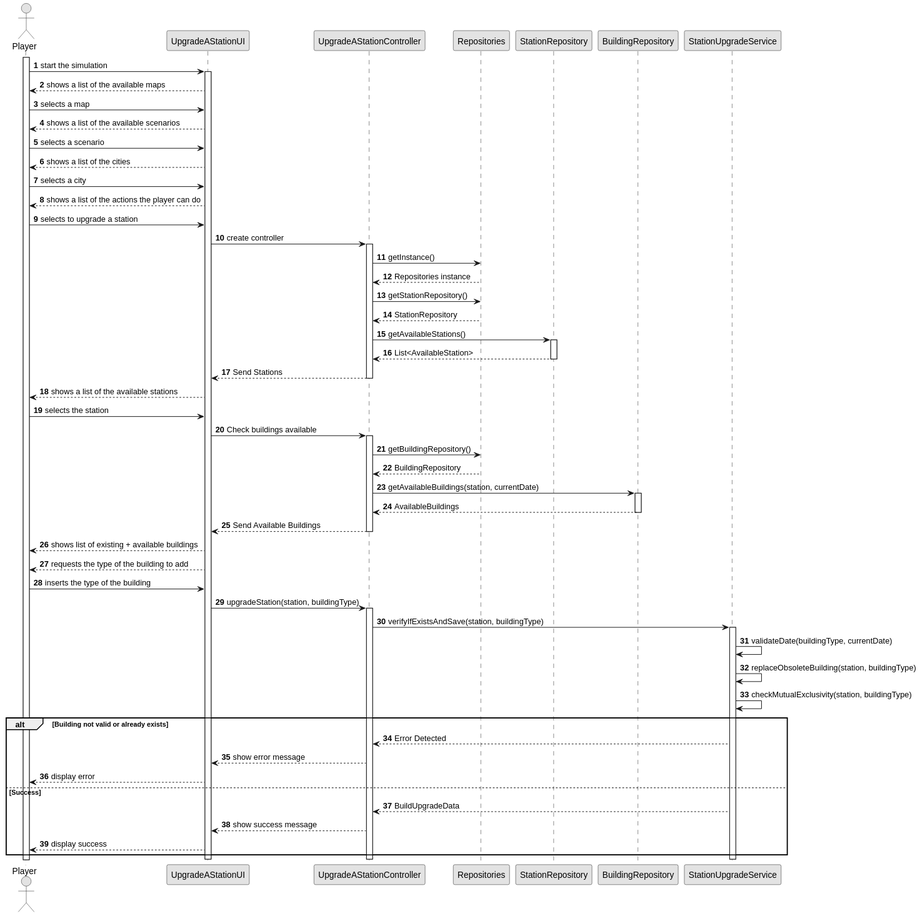
The PlantUML diagram docs/sprint3/us006/03.design/svg/us006-sequence-diagram-full.svg in ivasduarte/all-aboard, before a commit. Its diagram source:
```plantuml
@startuml
skinparam monochrome true
skinparam packageStyle rectangle
skinparam shadowing false

autonumber

actor "Player" as Player
participant "UpgradeAStationUI" as UI
participant "UpgradeAStationController" as CTRL
participant "Repositories" as Repos
participant "StationRepository" as Station_REPO
participant "BuildingRepository" as Building_REPO
participant "StationUpgradeService" as UpgradeService

activate Player

Player -> UI : start the simulation
activate UI

UI --> Player : shows a list of the available maps
Player -> UI : selects a map
UI --> Player : shows a list of the available scenarios
Player -> UI : selects a scenario
UI --> Player : shows a list of the cities
Player -> UI : selects a city
UI --> Player : shows a list of the actions the player can do
Player -> UI : selects to upgrade a station

UI -> CTRL : create controller
activate CTRL

CTRL -> Repos : getInstance()
Repos --> CTRL : Repositories instance

CTRL -> Repos : getStationRepository()
Repos --> CTRL : StationRepository

CTRL -> Station_REPO : getAvailableStations()
activate Station_REPO
Station_REPO --> CTRL : List<AvailableStation>
deactivate Station_REPO

CTRL --> UI : Send Stations
deactivate CTRL

UI --> Player : shows a list of the available stations
Player -> UI : selects the station
UI -> CTRL : Check buildings available
activate CTRL

CTRL -> Repos : getBuildingRepository()
Repos --> CTRL : BuildingRepository

CTRL -> Building_REPO : getAvailableBuildings(station, currentDate)
activate Building_REPO
Building_REPO --> CTRL : AvailableBuildings
deactivate Building_REPO

CTRL --> UI : Send Available Buildings
deactivate CTRL

UI --> Player : shows list of existing + available buildings
UI --> Player : requests the type of the building to add
Player -> UI : inserts the type of the building
UI -> CTRL : upgradeStation(station, buildingType)
activate CTRL

CTRL -> UpgradeService : verifyIfExistsAndSave(station, buildingType)
activate UpgradeService
UpgradeService -> UpgradeService : validateDate(buildingType, currentDate)
UpgradeService -> UpgradeService : replaceObsoleteBuilding(station, buildingType)
UpgradeService -> UpgradeService : checkMutualExclusivity(station, buildingType)

alt Building not valid or already exists
    UpgradeService --> CTRL : Error Detected
    CTRL --> UI : show error message
    UI --> Player : display error
else Success
    UpgradeService --> CTRL : BuildUpgradeData
    CTRL --> UI : show success message
    UI --> Player : display success
end

deactivate UpgradeService
deactivate CTRL
deactivate UI
@enduml
```
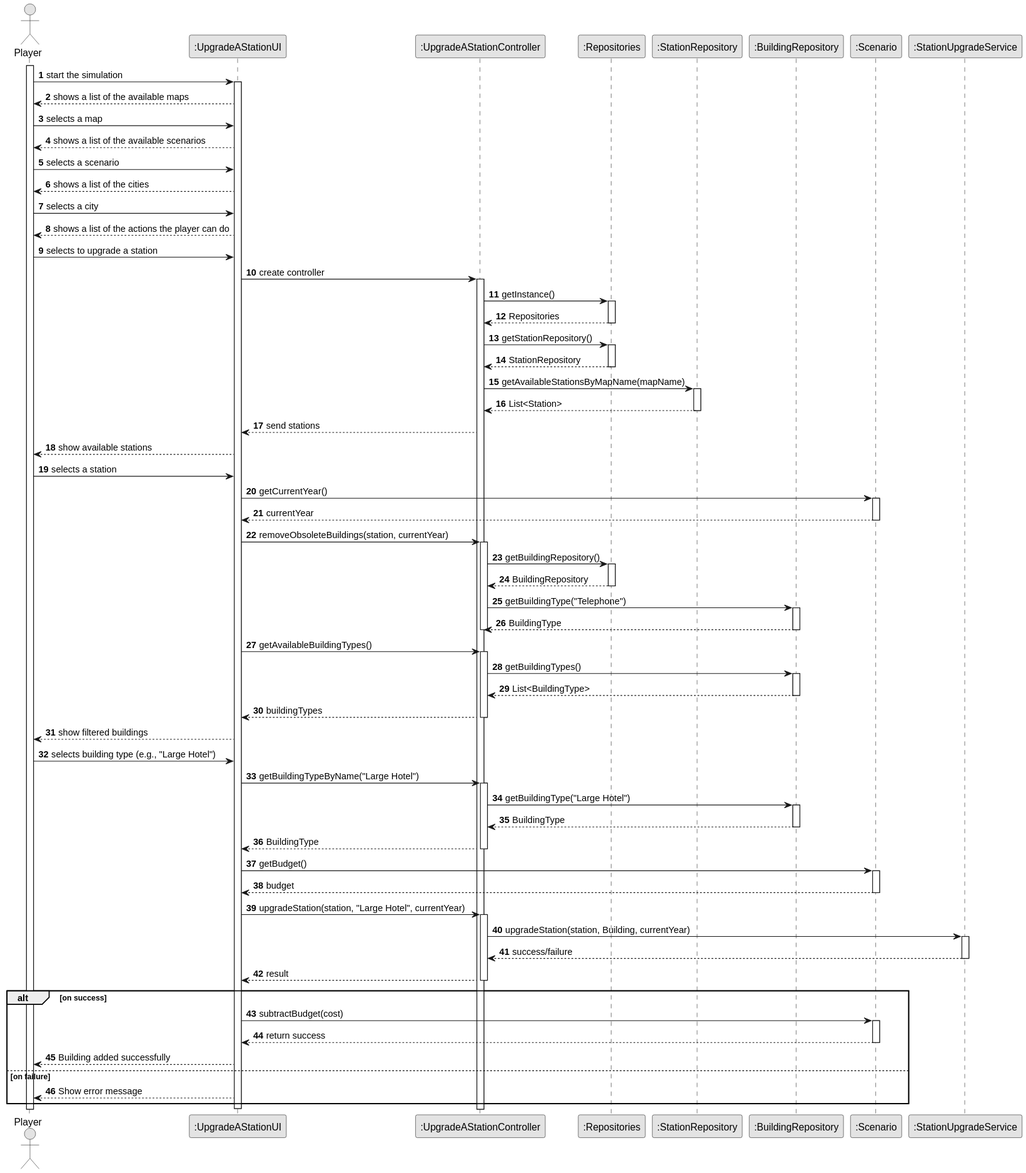
The same diagram one commit later.

What changed in the source:
```diff
@@ -6,12 +6,13 @@
 autonumber
 
 actor "Player" as Player
-participant "UpgradeAStationUI" as UI
-participant "UpgradeAStationController" as CTRL
-participant "Repositories" as Repos
-participant "StationRepository" as Station_REPO
-participant "BuildingRepository" as Building_REPO
-participant "StationUpgradeService" as UpgradeService
+participant ":UpgradeAStationUI" as UI
+participant ":UpgradeAStationController" as CTRL
+participant ":Repositories" as Repos
+participant ":StationRepository" as Station_REPO
+participant ":BuildingRepository" as Building_REPO
+participant ":Scenario" as Scenario
+participant ":StationUpgradeService" as Service
 
 activate Player
 
@@ -31,58 +32,85 @@
 activate CTRL
 
 CTRL -> Repos : getInstance()
-Repos --> CTRL : Repositories instance
+activate Repos
+Repos --> CTRL : Repositories
+deactivate Repos
 
 CTRL -> Repos : getStationRepository()
+activate Repos
 Repos --> CTRL : StationRepository
+deactivate Repos
 
-CTRL -> Station_REPO : getAvailableStations()
+CTRL -> Station_REPO : getAvailableStationsByMapName(mapName)
 activate Station_REPO
-Station_REPO --> CTRL : List<AvailableStation>
+Station_REPO --> CTRL : List<Station>
 deactivate Station_REPO
 
-CTRL --> UI : Send Stations
+CTRL --> UI : send stations
+UI --> Player : show available stations
+Player -> UI : selects a station
+
+UI -> Scenario : getCurrentYear()
+activate Scenario
+Scenario --> UI : currentYear
+deactivate Scenario
+
+UI -> CTRL : removeObsoleteBuildings(station, currentYear)
+activate CTRL
+CTRL -> Repos : getBuildingRepository()
+activate Repos
+Repos --> CTRL : BuildingRepository
+deactivate Repos
+CTRL -> Building_REPO : getBuildingType("Telephone")
+activate Building_REPO
+Building_REPO --> CTRL : BuildingType
+deactivate Building_REPO
 deactivate CTRL
 
-UI --> Player : shows a list of the available stations
-Player -> UI : selects the station
-UI -> CTRL : Check buildings available
+UI -> CTRL : getAvailableBuildingTypes()
 activate CTRL
-
-CTRL -> Repos : getBuildingRepository()
-Repos --> CTRL : BuildingRepository
-
-CTRL -> Building_REPO : getAvailableBuildings(station, currentDate)
+CTRL -> Building_REPO : getBuildingTypes()
 activate Building_REPO
-Building_REPO --> CTRL : AvailableBuildings
+Building_REPO --> CTRL : List<BuildingType>
 deactivate Building_REPO
-
-CTRL --> UI : Send Available Buildings
+CTRL --> UI : buildingTypes
 deactivate CTRL
 
-UI --> Player : shows list of existing + available buildings
-UI --> Player : requests the type of the building to add
-Player -> UI : inserts the type of the building
-UI -> CTRL : upgradeStation(station, buildingType)
+UI --> Player : show filtered buildings
+Player -> UI : selects building type (e.g., "Large Hotel")
+
+UI -> CTRL : getBuildingTypeByName("Large Hotel")
 activate CTRL
+CTRL -> Building_REPO : getBuildingType("Large Hotel")
+activate Building_REPO
+Building_REPO --> CTRL : BuildingType
+deactivate Building_REPO
+CTRL --> UI : BuildingType
+deactivate CTRL
 
-CTRL -> UpgradeService : verifyIfExistsAndSave(station, buildingType)
-activate UpgradeService
-UpgradeService -> UpgradeService : validateDate(buildingType, currentDate)
-UpgradeService -> UpgradeService : replaceObsoleteBuilding(station, buildingType)
-UpgradeService -> UpgradeService : checkMutualExclusivity(station, buildingType)
+UI -> Scenario : getBudget()
+activate Scenario
+Scenario --> UI : budget
+deactivate Scenario
 
-alt Building not valid or already exists
-    UpgradeService --> CTRL : Error Detected
-    CTRL --> UI : show error message
-    UI --> Player : display error
-else Success
-    UpgradeService --> CTRL : BuildUpgradeData
-    CTRL --> UI : show success message
-    UI --> Player : display success
+UI -> CTRL : upgradeStation(station, "Large Hotel", currentYear)
+activate CTRL
+CTRL -> Service : upgradeStation(station, Building, currentYear)
+activate Service
+Service --> CTRL : success/failure
+deactivate Service
+CTRL --> UI : result
+deactivate CTRL
+
+alt on success
+  UI -> Scenario : subtractBudget(cost)
+  activate Scenario
+  Scenario --> UI : return success
+  deactivate Scenario
+  UI --> Player : Building added successfully
+else on failure
+  UI --> Player : Show error message
 end
 
-deactivate UpgradeService
-deactivate CTRL
 deactivate UI
 @enduml
```
